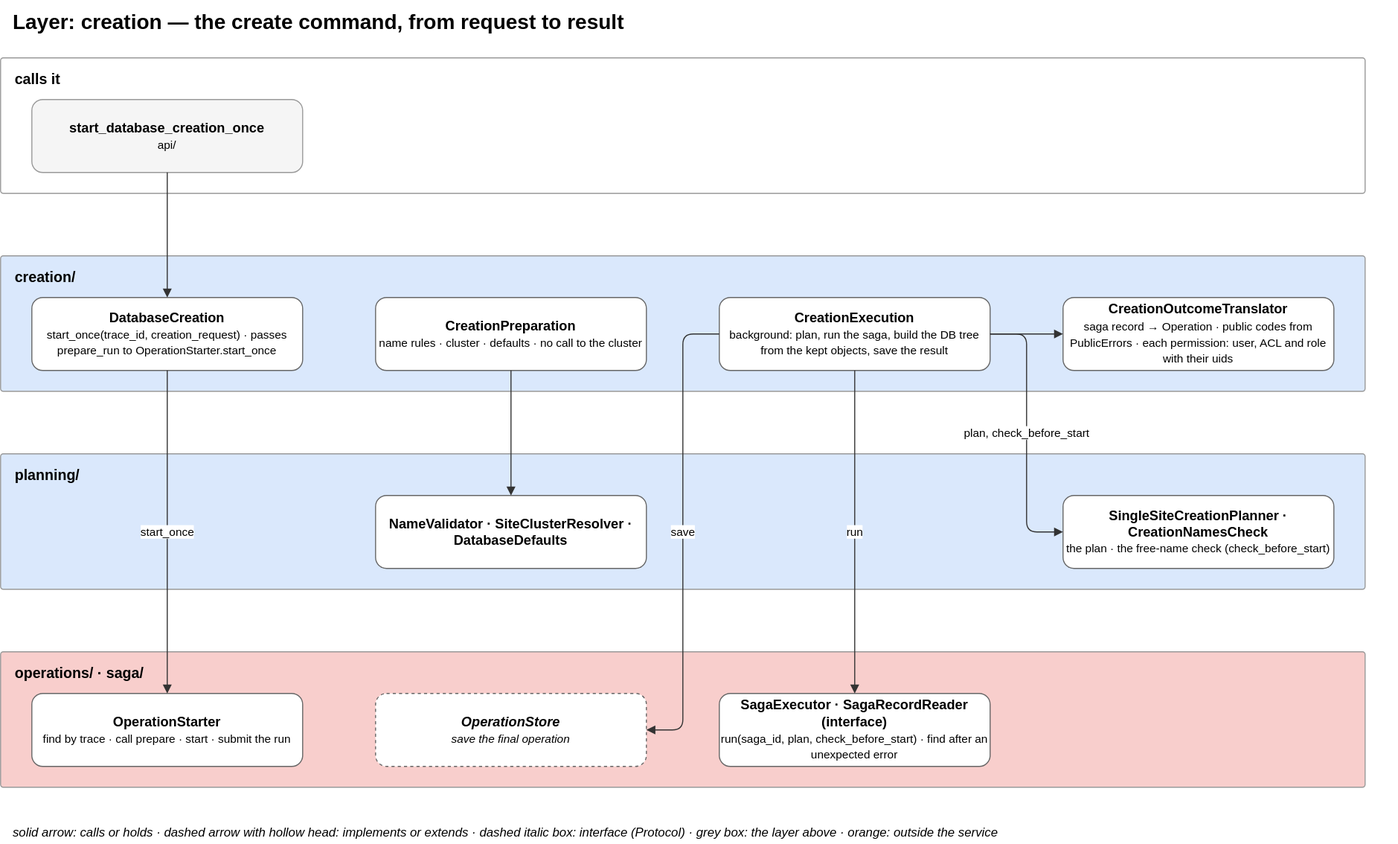
Earlier version of the draw.io export docs/diagrams/04-layer-creation.drawio.svg (EliShteinman/redis-enterprise-services). Source tidied: cells renumbered, new cells last; positions are measured from the earlier drawing's top-left corner, leaving out a move shared by most shapes. Its diagram source:
```xml
<mxGraphModel>
  <root>
    <mxCell id="0" />
    <mxCell id="1" parent="0" />
    <mxCell id="2" value="&lt;b&gt;Layer: creation — the create command, from request to result&lt;/b&gt;" style="text;html=1;fontSize=20;align=left;verticalAlign=middle;" parent="1" vertex="1">
      <mxGeometry x="10" width="1330" height="40" as="geometry" />
    </mxCell>
    <mxCell id="3" value="&lt;b&gt;calls it&lt;/b&gt;" style="rounded=1;arcSize=2;fillColor=#ffffff;strokeColor=#999999;verticalAlign=top;align=left;spacingLeft=12;spacingTop=6;html=1;fontSize=14;" parent="1" vertex="1">
      <mxGeometry y="55" width="1310" height="130" as="geometry" />
    </mxCell>
    <mxCell id="4" value="&lt;b&gt;start_database_creation_once&lt;/b&gt;&lt;br&gt;&lt;font style='font-size:11px'&gt;api/&lt;/font&gt;" style="rounded=1;whiteSpace=wrap;html=1;fillColor=#f5f5f5;strokeColor=#999999;fontSize=13;" parent="1" vertex="1">
      <mxGeometry x="30" y="95" width="260" height="70" as="geometry" />
    </mxCell>
    <mxCell id="5" value="&lt;b&gt;creation/&lt;/b&gt;" style="rounded=1;arcSize=2;fillColor=#dae8fc;strokeColor=#999999;verticalAlign=top;align=left;spacingLeft=12;spacingTop=6;html=1;fontSize=14;" parent="1" vertex="1">
      <mxGeometry y="245" width="1310" height="130" as="geometry" />
    </mxCell>
    <mxCell id="6" value="&lt;b&gt;DatabaseCreation&lt;/b&gt;&lt;br&gt;&lt;font style='font-size:11px'&gt;start_once(trace_id, creation_request) · passes prepare_run to OperationStarter.start_once&lt;/font&gt;" style="rounded=1;whiteSpace=wrap;html=1;fillColor=#ffffff;strokeColor=#666666;fontSize=13;" parent="1" vertex="1">
      <mxGeometry x="30" y="285" width="260" height="70" as="geometry" />
    </mxCell>
    <mxCell id="7" value="&lt;b&gt;CreationPreparation&lt;/b&gt;&lt;br&gt;&lt;font style='font-size:11px'&gt;name rules · cluster · defaults · no call to the cluster&lt;/font&gt;" style="rounded=1;whiteSpace=wrap;html=1;fillColor=#ffffff;strokeColor=#666666;fontSize=13;" parent="1" vertex="1">
      <mxGeometry x="360" y="285" width="260" height="70" as="geometry" />
    </mxCell>
    <mxCell id="8" value="&lt;b&gt;CreationExecution&lt;/b&gt;&lt;br&gt;&lt;font style='font-size:11px'&gt;background: plan, run the saga, build the DB tree from the kept objects, save the result&lt;/font&gt;" style="rounded=1;whiteSpace=wrap;html=1;fillColor=#ffffff;strokeColor=#666666;fontSize=13;" parent="1" vertex="1">
      <mxGeometry x="690" y="285" width="260" height="70" as="geometry" />
    </mxCell>
    <mxCell id="9" value="&lt;b&gt;CreationOutcomeTranslator&lt;/b&gt;&lt;br&gt;&lt;font style='font-size:11px'&gt;saga record → Operation · public codes from PublicErrors · each permission: user, ACL and role with their uids&lt;/font&gt;" style="rounded=1;whiteSpace=wrap;html=1;fillColor=#ffffff;strokeColor=#666666;fontSize=13;" parent="1" vertex="1">
      <mxGeometry x="1020" y="285" width="260" height="70" as="geometry" />
    </mxCell>
    <mxCell id="10" value="&lt;b&gt;planning/&lt;/b&gt;" style="rounded=1;arcSize=2;fillColor=#dae8fc;strokeColor=#999999;verticalAlign=top;align=left;spacingLeft=12;spacingTop=6;html=1;fontSize=14;" parent="1" vertex="1">
      <mxGeometry y="435" width="1310" height="130" as="geometry" />
    </mxCell>
    <mxCell id="11" value="&lt;b&gt;NameValidator · SiteClusterResolver · DatabaseDefaults&lt;/b&gt;" style="rounded=1;whiteSpace=wrap;html=1;fillColor=#ffffff;strokeColor=#666666;fontSize=13;" parent="1" vertex="1">
      <mxGeometry x="360" y="475" width="260" height="70" as="geometry" />
    </mxCell>
    <mxCell id="12" value="&lt;b&gt;SingleSiteCreationPlanner · CreationNamesCheck&lt;/b&gt;&lt;br&gt;&lt;font style='font-size:11px'&gt;the plan · the free-name check (check_before_start)&lt;/font&gt;" style="rounded=1;whiteSpace=wrap;html=1;fillColor=#ffffff;strokeColor=#666666;fontSize=13;" parent="1" vertex="1">
      <mxGeometry x="1020" y="475" width="260" height="70" as="geometry" />
    </mxCell>
    <mxCell id="13" value="&lt;b&gt;operations/ · saga/&lt;/b&gt;" style="rounded=1;arcSize=2;fillColor=#f8cecc;strokeColor=#999999;verticalAlign=top;align=left;spacingLeft=12;spacingTop=6;html=1;fontSize=14;" parent="1" vertex="1">
      <mxGeometry y="625" width="1310" height="130" as="geometry" />
    </mxCell>
    <mxCell id="14" value="&lt;b&gt;OperationStarter&lt;/b&gt;&lt;br&gt;&lt;font style='font-size:11px'&gt;find by trace · call prepare · start · submit the run&lt;/font&gt;" style="rounded=1;whiteSpace=wrap;html=1;fillColor=#ffffff;strokeColor=#666666;fontSize=13;" parent="1" vertex="1">
      <mxGeometry x="30" y="665" width="260" height="70" as="geometry" />
    </mxCell>
    <mxCell id="15" value="&lt;b&gt;OperationStore&lt;/b&gt;&lt;br&gt;&lt;font style='font-size:11px'&gt;save the final operation&lt;/font&gt;" style="rounded=1;whiteSpace=wrap;html=1;fillColor=#ffffff;strokeColor=#666666;fontSize=13;dashed=1;fontStyle=2;" parent="1" vertex="1">
      <mxGeometry x="360" y="665" width="260" height="70" as="geometry" />
    </mxCell>
    <mxCell id="16" value="&lt;b&gt;SagaExecutor · SagaRecordReader (interface)&lt;/b&gt;&lt;br&gt;&lt;font style='font-size:11px'&gt;run(saga_id, plan, check_before_start) · find after an unexpected error&lt;/font&gt;" style="rounded=1;whiteSpace=wrap;html=1;fillColor=#ffffff;strokeColor=#666666;fontSize=13;" parent="1" vertex="1">
      <mxGeometry x="690" y="665" width="260" height="70" as="geometry" />
    </mxCell>
    <mxCell id="17" style="edgeStyle=orthogonalEdgeStyle;rounded=1;html=1;fontSize=11;labelBackgroundColor=#ffffff;exitX=0.5;exitY=1;entryX=0.5;entryY=0;endArrow=block;strokeColor=#333333;" parent="1" edge="1" source="4" target="6">
      <mxGeometry relative="1" as="geometry" />
    </mxCell>
    <mxCell id="18" value="start_once" style="edgeStyle=orthogonalEdgeStyle;rounded=1;html=1;fontSize=11;labelBackgroundColor=#ffffff;exitX=0.5;exitY=1;entryX=0.5;entryY=0;endArrow=block;strokeColor=#333333;" parent="1" edge="1" source="6" target="14">
      <mxGeometry relative="1" as="geometry" />
    </mxCell>
    <mxCell id="19" style="edgeStyle=orthogonalEdgeStyle;rounded=1;html=1;fontSize=11;labelBackgroundColor=#ffffff;exitX=0.5;exitY=1;entryX=0.5;entryY=0;endArrow=block;strokeColor=#333333;" parent="1" edge="1" source="7" target="11">
      <mxGeometry relative="1" as="geometry" />
    </mxCell>
    <mxCell id="20" value="plan, check_before_start" style="edgeStyle=orthogonalEdgeStyle;rounded=1;html=1;fontSize=11;labelBackgroundColor=#ffffff;exitX=1;exitY=0.5;entryX=0;entryY=0.5;endArrow=block;strokeColor=#333333;" parent="1" edge="1" source="8" target="12">
      <mxGeometry relative="1" as="geometry" />
    </mxCell>
    <mxCell id="21" value="run" style="edgeStyle=orthogonalEdgeStyle;rounded=1;html=1;fontSize=11;labelBackgroundColor=#ffffff;exitX=0.5;exitY=1;entryX=0.5;entryY=0;endArrow=block;strokeColor=#333333;" parent="1" edge="1" source="8" target="16">
      <mxGeometry relative="1" as="geometry" />
    </mxCell>
    <mxCell id="22" value="save" style="edgeStyle=orthogonalEdgeStyle;rounded=1;html=1;fontSize=11;labelBackgroundColor=#ffffff;exitX=0;exitY=0.5;entryX=1;entryY=0.5;endArrow=block;strokeColor=#333333;" parent="1" edge="1" source="8" target="15">
      <mxGeometry relative="1" as="geometry" />
    </mxCell>
    <mxCell id="23" style="edgeStyle=orthogonalEdgeStyle;rounded=1;html=1;fontSize=11;labelBackgroundColor=#ffffff;exitX=1;exitY=0.5;entryX=0;entryY=0.5;endArrow=block;strokeColor=#333333;" parent="1" edge="1" source="8" target="9">
      <mxGeometry relative="1" as="geometry" />
    </mxCell>
    <mxCell id="24" value="&lt;i&gt;solid arrow: calls or holds · dashed arrow with hollow head: implements or extends · dashed italic box: interface (Protocol) · grey box: the layer above · orange: outside the service&lt;/i&gt;" style="text;html=1;fontSize=12;align=left;" parent="1" vertex="1">
      <mxGeometry x="10" y="785" width="1330" height="24" as="geometry" />
    </mxCell>
  </root>
</mxGraphModel>
```
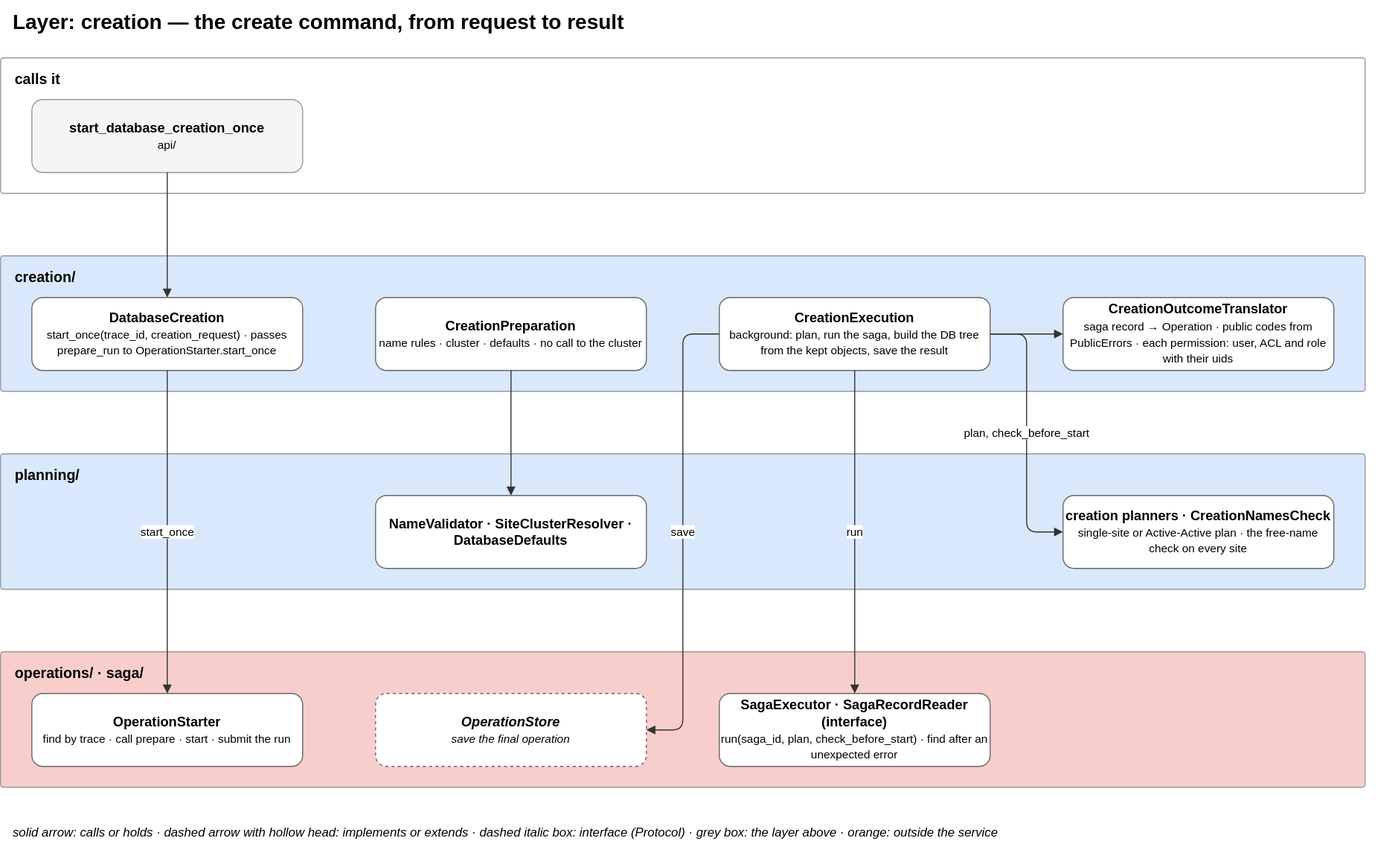
After the commit.

Commit message:
docs(diagrams): Active-Active in the API models, preparation, context and layer diagrams

Change to the diagram source:
```diff
@@ -32,7 +32,7 @@
     <mxCell id="11" value="&lt;b&gt;NameValidator · SiteClusterResolver · DatabaseDefaults&lt;/b&gt;" style="rounded=1;whiteSpace=wrap;html=1;fillColor=#ffffff;strokeColor=#666666;fontSize=13;" parent="1" vertex="1">
       <mxGeometry x="360" y="475" width="260" height="70" as="geometry" />
     </mxCell>
-    <mxCell id="12" value="&lt;b&gt;SingleSiteCreationPlanner · CreationNamesCheck&lt;/b&gt;&lt;br&gt;&lt;font style='font-size:11px'&gt;the plan · the free-name check (check_before_start)&lt;/font&gt;" style="rounded=1;whiteSpace=wrap;html=1;fillColor=#ffffff;strokeColor=#666666;fontSize=13;" parent="1" vertex="1">
+    <mxCell id="12" value="&lt;b&gt;creation planners · CreationNamesCheck&lt;/b&gt;&lt;br&gt;&lt;font style='font-size:11px'&gt;single-site or Active-Active plan · the free-name check on every site&lt;/font&gt;" style="rounded=1;whiteSpace=wrap;html=1;fillColor=#ffffff;strokeColor=#666666;fontSize=13;" parent="1" vertex="1">
       <mxGeometry x="1020" y="475" width="260" height="70" as="geometry" />
     </mxCell>
     <mxCell id="13" value="&lt;b&gt;operations/ · saga/&lt;/b&gt;" style="rounded=1;arcSize=2;fillColor=#f8cecc;strokeColor=#999999;verticalAlign=top;align=left;spacingLeft=12;spacingTop=6;html=1;fontSize=14;" parent="1" vertex="1">
```
